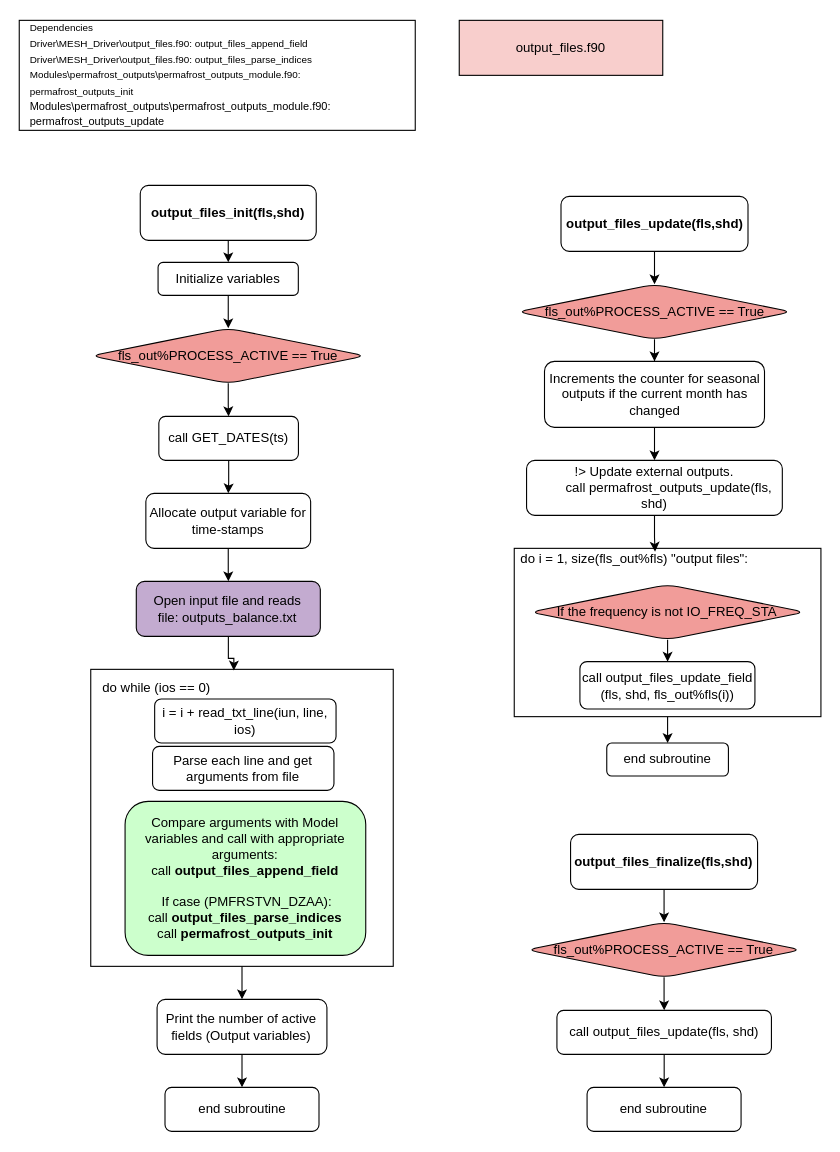
Earlier version of the draw.io diagram output_files.drawio (MeshMapping/r1749_Mappings). Source tidied: cells renumbered, new cells numbered last; positions are measured from the earlier drawing's top-left corner, leaving out a move shared by most shapes. Both pictures are drawn from the tidied source at 110%, with x=0, y=0 at pixel (19, 20).
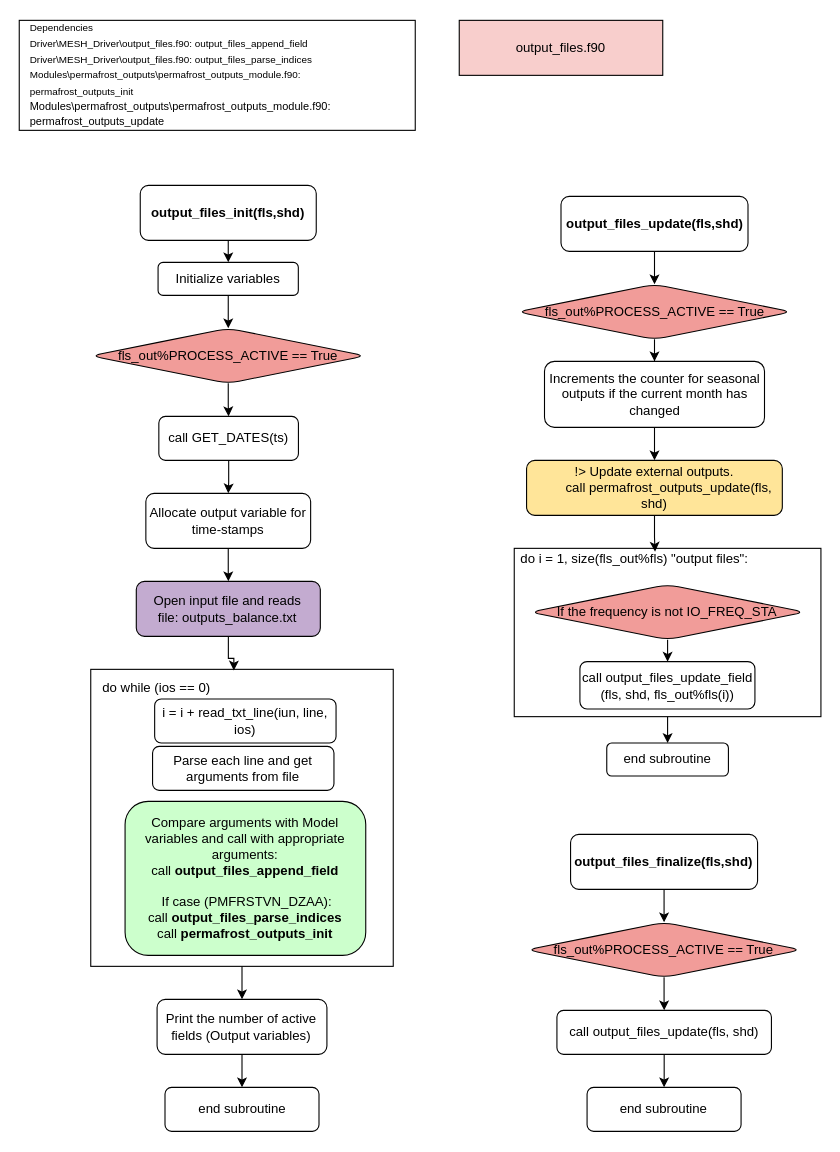
Above is the later version.

The edit, as a diff of the source:
```diff
@@
-    <mxCell id="41" value="&lt;div&gt;!&amp;gt; Update external outputs.&lt;/div&gt;&lt;div&gt;&amp;nbsp; &amp;nbsp; &amp;nbsp; &amp;nbsp; call permafrost_outputs_update(fls, shd)&lt;/div&gt;" style="whiteSpace=wrap;html=1;fillColor=#FFFFFF;rounded=1;" parent="1" vertex="1">
+    <mxCell id="41" value="&lt;div&gt;!&amp;gt; Update external outputs.&lt;/div&gt;&lt;div&gt;&amp;nbsp; &amp;nbsp; &amp;nbsp; &amp;nbsp; call permafrost_outputs_update(fls, shd)&lt;/div&gt;" style="whiteSpace=wrap;html=1;fillColor=#FFE599;rounded=1;" parent="1" vertex="1">
       <mxGeometry x="461.2" y="400" width="232.5" height="50" as="geometry" />
     </mxCell>
```
